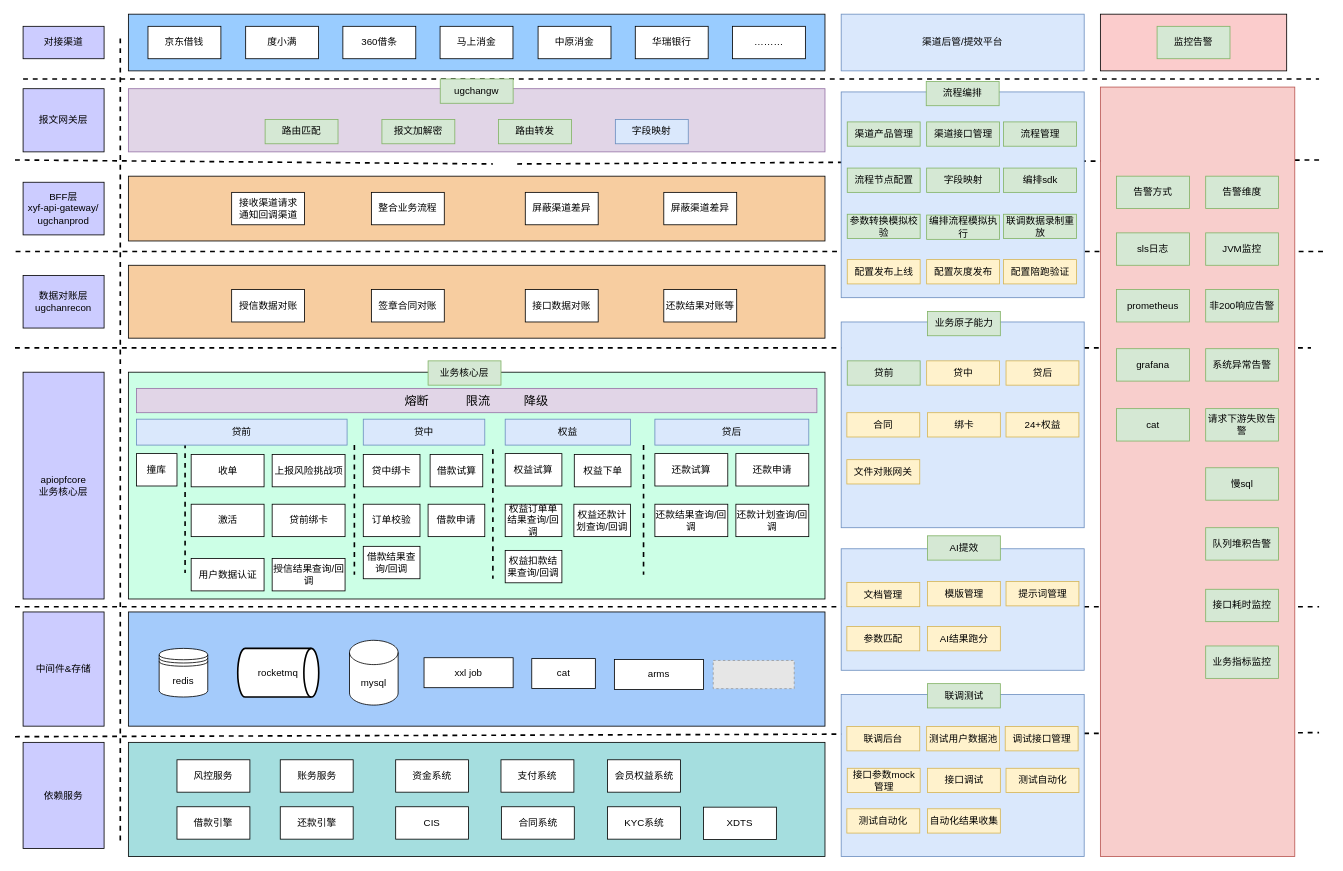
Before: api产品中心-系统架构图.drawio in yuanlj-tea/picgo, a draw.io diagram. Source tidied: cells renumbered, new cells numbered last; positions are measured from the earlier drawing's top-left corner, leaving out a move shared by most shapes. Both pictures are drawn from the tidied source at 81%, with x=0, y=0 at pixel (15, 14). Pictures stored in the file or linked from it are replaced by grey dashed boxes.
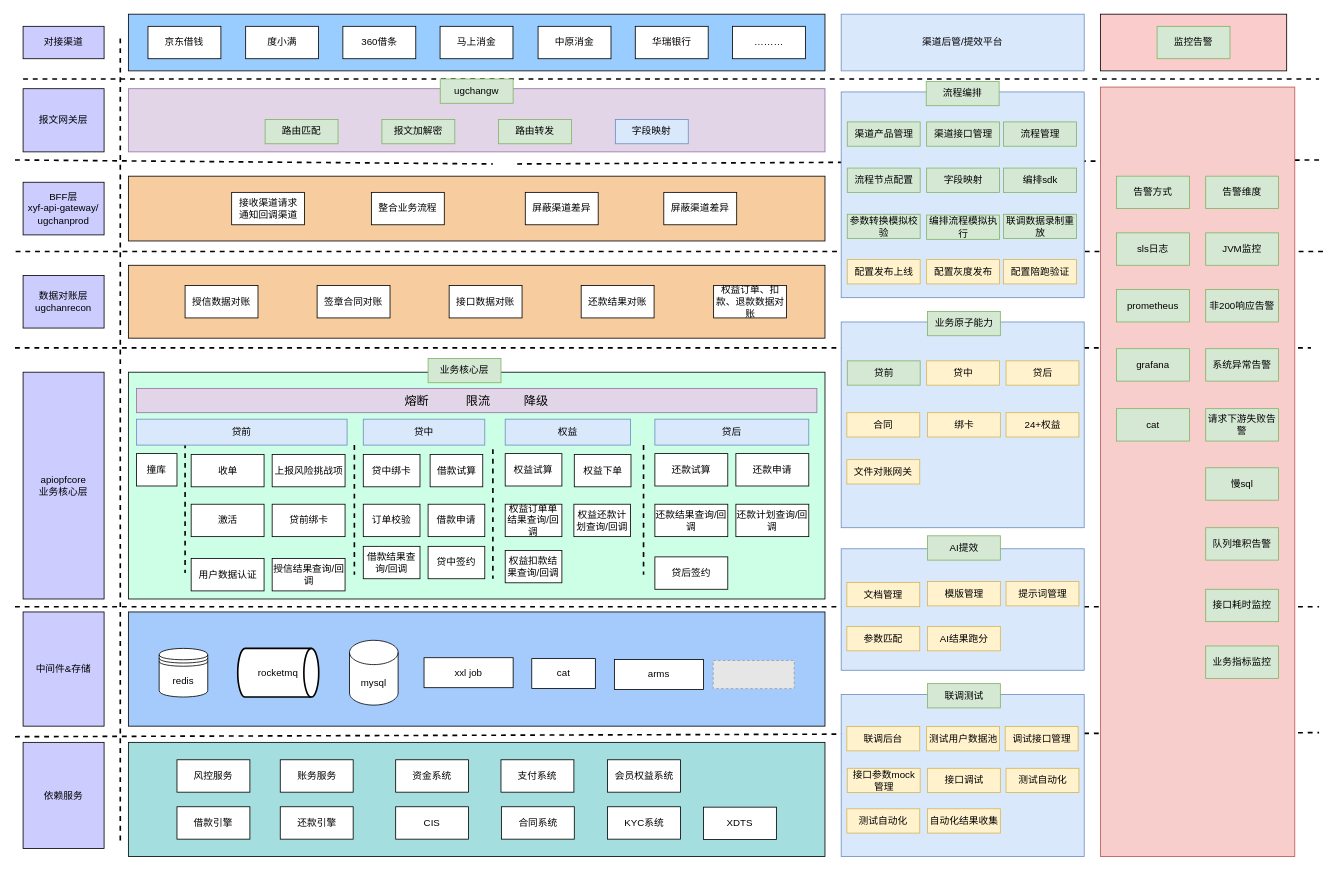
Above is the later version.

Commit message (it also covers changes not shown here):
更新api产品中心-系统架构图.drawio

Change to the diagram source:
```diff
@@
     <mxCell id="87" value="业务核心层" style="rounded=0;whiteSpace=wrap;html=1;fillColor=#d5e8d4;strokeColor=#82b366;" parent="1" vertex="1">
-      <mxGeometry x="510" y="428" width="90" height="30" as="geometry" />
+      <mxGeometry x="510" y="425" width="90" height="30" as="geometry" />
     </mxCell>
@@
     <mxCell id="146" value="授信数据对账" style="rounded=0;whiteSpace=wrap;html=1;" parent="1" vertex="1">
-      <mxGeometry x="267.5" y="340" width="90" height="40" as="geometry" />
+      <mxGeometry x="210" y="335" width="90" height="40" as="geometry" />
     </mxCell>
     <mxCell id="147" value="签章合同对账" style="rounded=0;whiteSpace=wrap;html=1;" parent="1" vertex="1">
-      <mxGeometry x="440" y="340" width="90" height="40" as="geometry" />
+      <mxGeometry x="373" y="335" width="90" height="40" as="geometry" />
     </mxCell>
     <mxCell id="148" value="接口数据对账" style="rounded=0;whiteSpace=wrap;html=1;" parent="1" vertex="1">
-      <mxGeometry x="630" y="340" width="90" height="40" as="geometry" />
+      <mxGeometry x="536" y="335" width="90" height="40" as="geometry" />
     </mxCell>
-    <mxCell id="149" value="还款结果对账等" style="rounded=0;whiteSpace=wrap;html=1;" parent="1" vertex="1">
-      <mxGeometry x="801" y="340" width="90" height="40" as="geometry" />
+    <mxCell id="149" value="还款结果对账" style="rounded=0;whiteSpace=wrap;html=1;" parent="1" vertex="1">
+      <mxGeometry x="699" y="335" width="90" height="40" as="geometry" />
     </mxCell>
@@
+    <mxCell id="151" value="权益订单、扣款、退款数据对账" style="rounded=0;whiteSpace=wrap;html=1;" parent="1" vertex="1">
+      <mxGeometry x="862.5" y="335" width="90" height="40" as="geometry" />
+    </mxCell>
+    <mxCell id="152" value="贷中签约" style="rounded=0;whiteSpace=wrap;html=1;" parent="1" vertex="1">
+      <mxGeometry x="510" y="657" width="70" height="40" as="geometry" />
+    </mxCell>
+    <mxCell id="153" value="贷后签约" style="rounded=0;whiteSpace=wrap;html=1;" parent="1" vertex="1">
+      <mxGeometry x="790" y="670" width="90" height="40" as="geometry" />
+    </mxCell>
```
